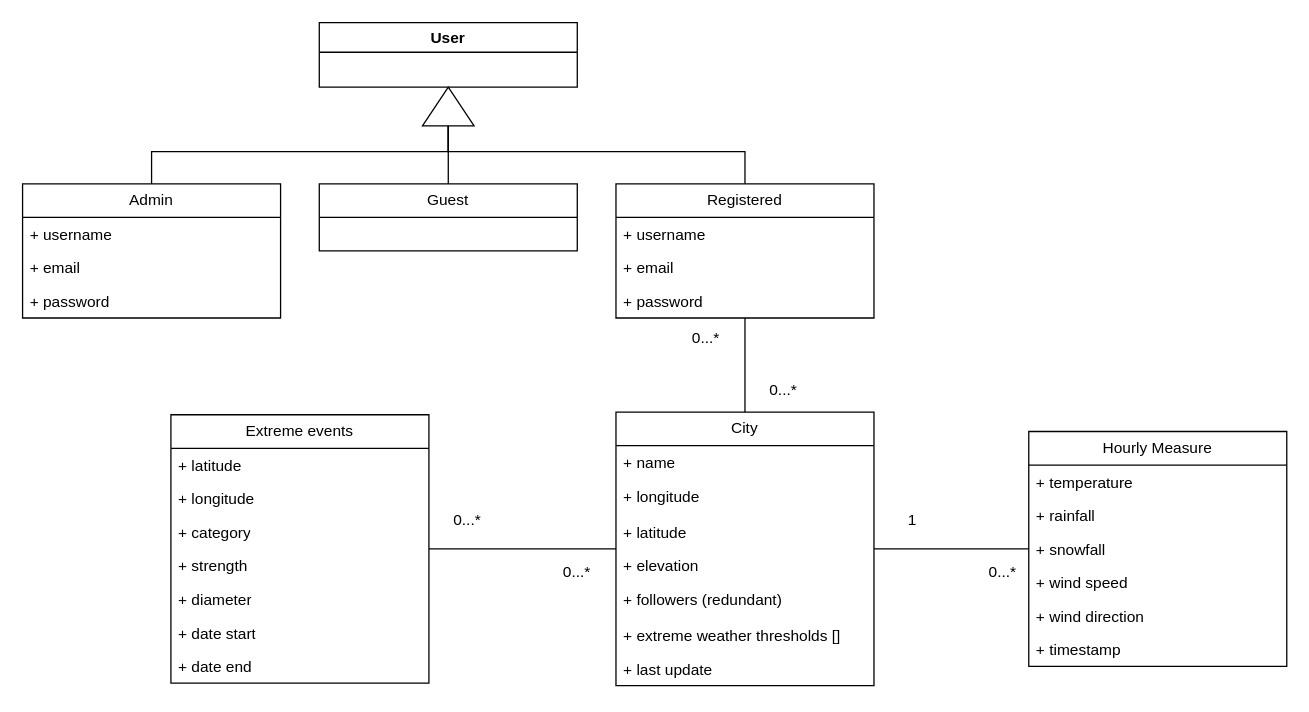
Earlier version of the draw.io diagram uml.drawio (AlessioSmn/Italy-Weather-Prediction-App). Source tidied: cells renumbered, new cells numbered last; positions are measured from the earlier drawing's top-left corner, leaving out a move shared by most shapes. Both pictures are drawn from the tidied source at 129%, with x=0, y=0 at pixel (22, 22).
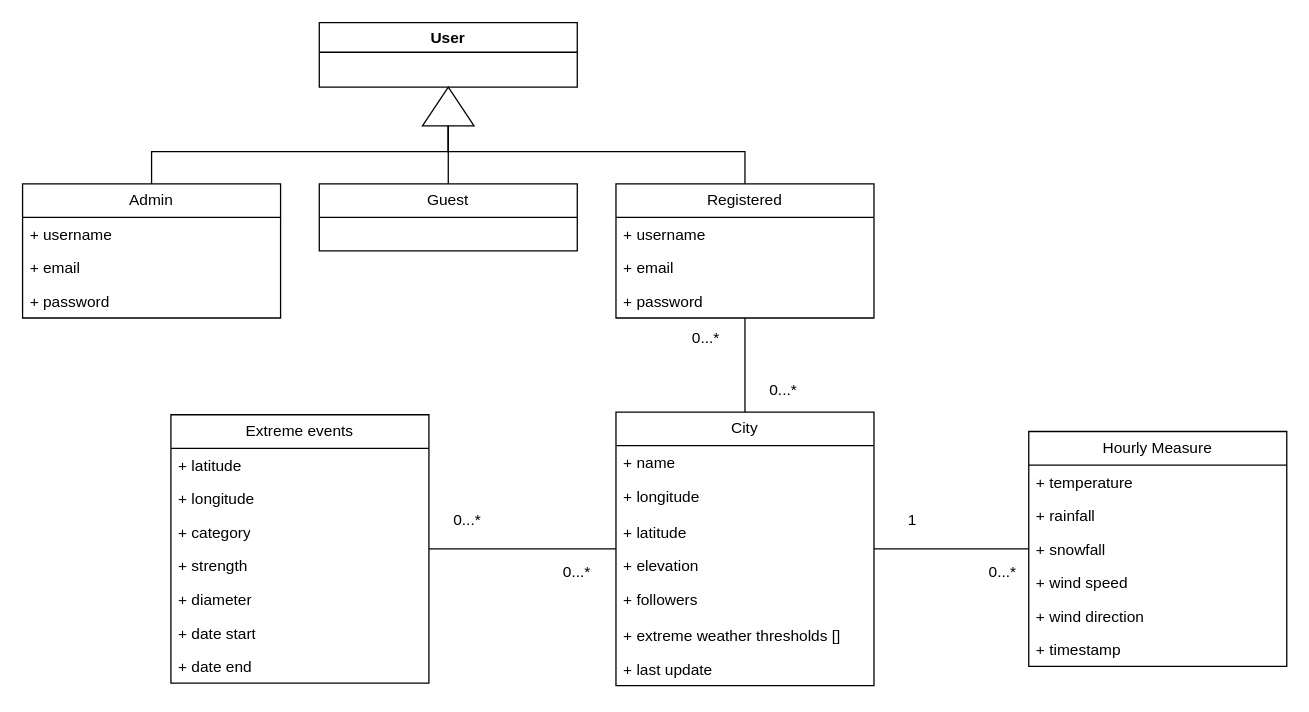
Above is the later version.

Unchanged cells that the change refers to:
```xml
<mxCell id="20" value="City" style="swimlane;fontStyle=0;horizontal=1;startSize=26;fillColor=none;whiteSpace=wrap;html=1;" parent="1" vertex="1">
  <mxGeometry x="460" y="302" width="200" height="212" as="geometry" />
</mxCell>
```

Change to the diagram source:
```diff
@@
-    <mxCell id="25" value="+ followers (redundant)" style="text;strokeColor=none;fillColor=none;align=left;verticalAlign=top;spacingLeft=4;spacingRight=4;overflow=hidden;whiteSpace=wrap;html=1;" parent="20" vertex="1">
+    <mxCell id="25" value="+ followers" style="text;strokeColor=none;fillColor=none;align=left;verticalAlign=top;spacingLeft=4;spacingRight=4;overflow=hidden;whiteSpace=wrap;html=1;" parent="20" vertex="1">
       <mxGeometry y="132" width="200" height="28" as="geometry" />
     </mxCell>
```
